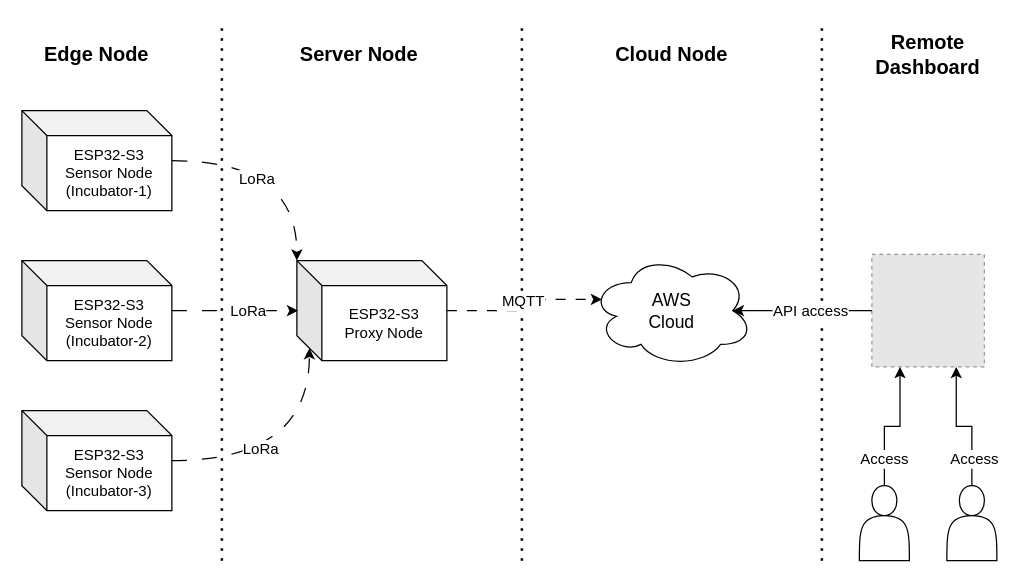
Before: SystemContextDiagram_incubator.drawio in goblingift/DrawIO, a draw.io diagram. Source tidied: cells renumbered, new cells numbered last; positions are measured from the earlier drawing's top-left corner, leaving out a move shared by most shapes. Both pictures are drawn from the tidied source at 125%, with x=0, y=0 at pixel (21, 22). Pictures stored in the file or linked from it are replaced by grey dashed boxes.
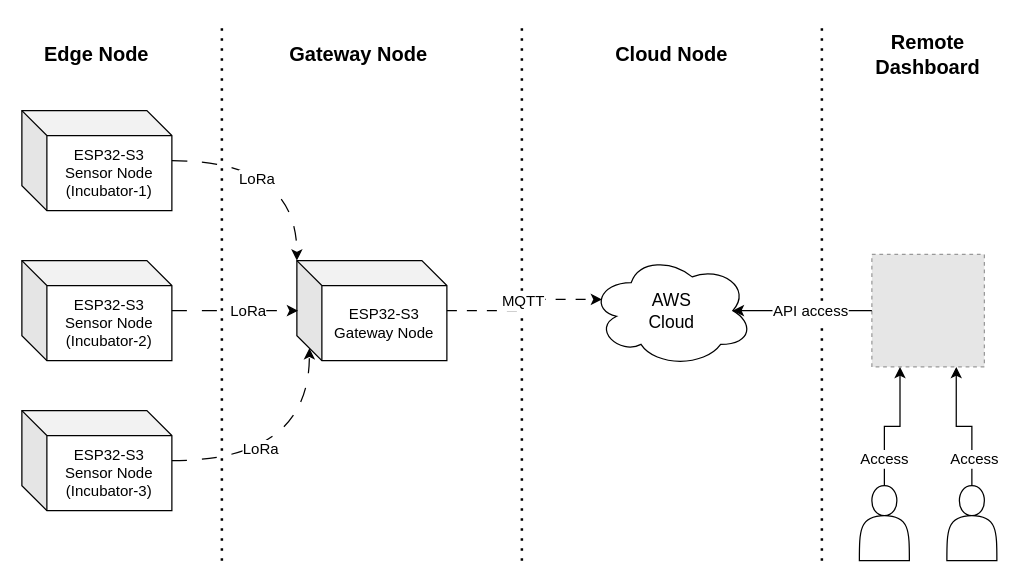
The same page after the edit.

What changed in the source:
```diff
@@
-    <mxCell id="7" value="Server Node" style="text;html=1;whiteSpace=wrap;strokeColor=none;fillColor=none;align=center;verticalAlign=middle;rounded=0;fontSize=16;fontStyle=1;" parent="1" vertex="1">
-      <mxGeometry x="220" y="10" width="100" height="30" as="geometry" />
+    <mxCell id="7" value="Gateway Node" style="text;html=1;whiteSpace=wrap;strokeColor=none;fillColor=none;align=center;verticalAlign=middle;rounded=0;fontSize=16;fontStyle=1;" parent="1" vertex="1">
+      <mxGeometry x="202" y="10" width="135" height="30" as="geometry" />
     </mxCell>
-    <mxCell id="8" value="ESP32-S3&lt;div&gt;Proxy Node&lt;/div&gt;" style="shape=cube;whiteSpace=wrap;html=1;boundedLbl=1;backgroundOutline=1;darkOpacity=0.05;darkOpacity2=0.1;" parent="1" vertex="1">
+    <mxCell id="8" value="ESP32-S3&lt;div&gt;Gateway Node&lt;/div&gt;" style="shape=cube;whiteSpace=wrap;html=1;boundedLbl=1;backgroundOutline=1;darkOpacity=0.05;darkOpacity2=0.1;" parent="1" vertex="1">
       <mxGeometry x="220" y="190" width="120" height="80" as="geometry" />
     </mxCell>
```
